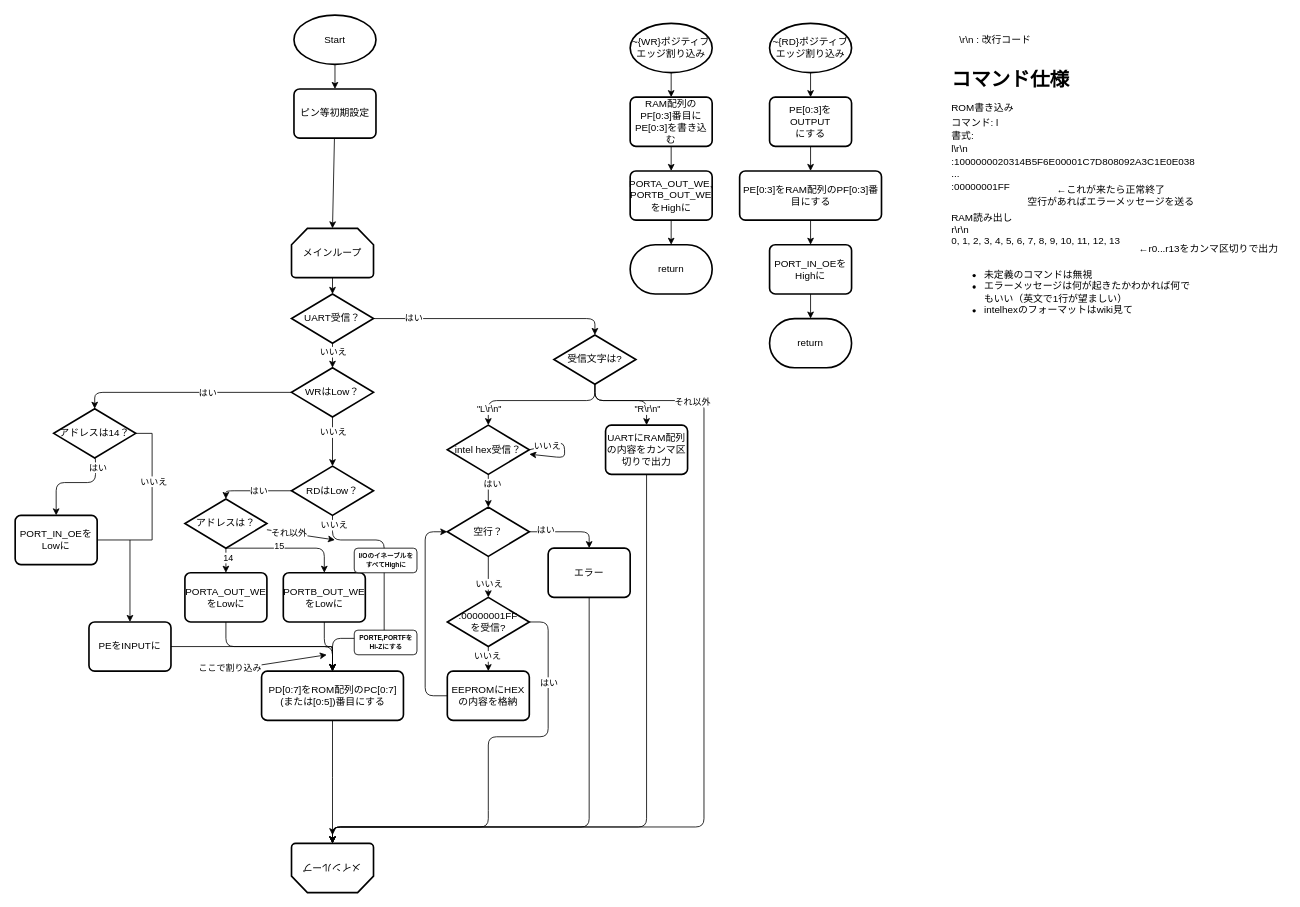
The draw.io diagram HC4eROMandRAM/akasatana.drawio in nasu8151/HC4, before the edit. Source tidied: cells renumbered, new cells numbered last; positions are measured from the earlier drawing's top-left corner, leaving out a move shared by most shapes. Both pictures are drawn from the tidied source at 82%, with x=0, y=0 at pixel (15, 15).
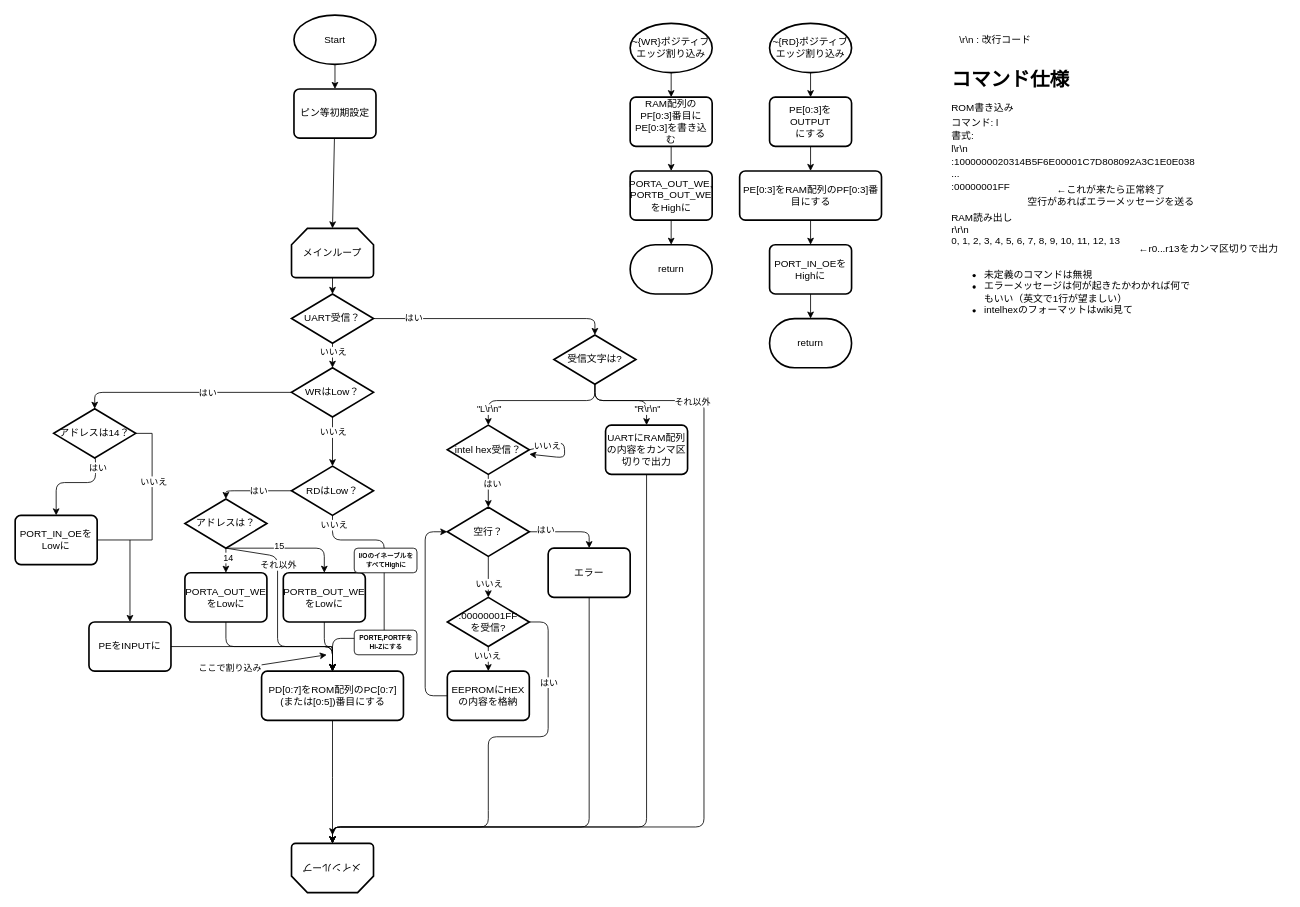
Above is the later version.

Commit message:
RD命令部のミスを修正

Unchanged cells that the change refers to:
```xml
<mxCell id="56" value="アドレスは？" style="strokeWidth=2;html=1;shape=mxgraph.flowchart.decision;whiteSpace=wrap;" parent="1" vertex="1">
  <mxGeometry x="207" y="590" width="100" height="60" as="geometry" />
</mxCell>
<mxCell id="81" value="PD[0:7]をROM配列のPC[0:7](または[0:5])番目にする" style="rounded=1;whiteSpace=wrap;html=1;absoluteArcSize=1;arcSize=14;strokeWidth=2;" parent="1" vertex="1">
  <mxGeometry x="300.5" y="800" width="173" height="60" as="geometry" />
</mxCell>
```

The edit, as a diff of the source:
```diff
@@
-    <mxCell id="54" style="edgeStyle=none;html=1;" parent="1" edge="1" source="56">
+    <mxCell id="54" style="edgeStyle=none;html=1;exitX=0.5;exitY=1;exitDx=0;exitDy=0;exitPerimeter=0;entryX=0.5;entryY=0;entryDx=0;entryDy=0;" parent="1" edge="1" source="56" target="81">
       <mxGeometry relative="1" as="geometry">
-        <mxPoint x="390" y="640" as="targetPoint" />
+        <Array as="points">
+          <mxPoint x="320" y="660" />
+          <mxPoint x="320" y="770" />
+          <mxPoint x="387" y="770" />
+        </Array>
       </mxGeometry>
     </mxCell>
     <mxCell id="55" value="それ以外" style="edgeLabel;html=1;align=center;verticalAlign=middle;" parent="54" vertex="1">
-      <mxGeometry x="-0.36" relative="1" as="geometry" />
+      <mxGeometry x="-0.36" relative="1" as="geometry">
+        <mxPoint y="-13" as="offset" />
+      </mxGeometry>
     </mxCell>
```
